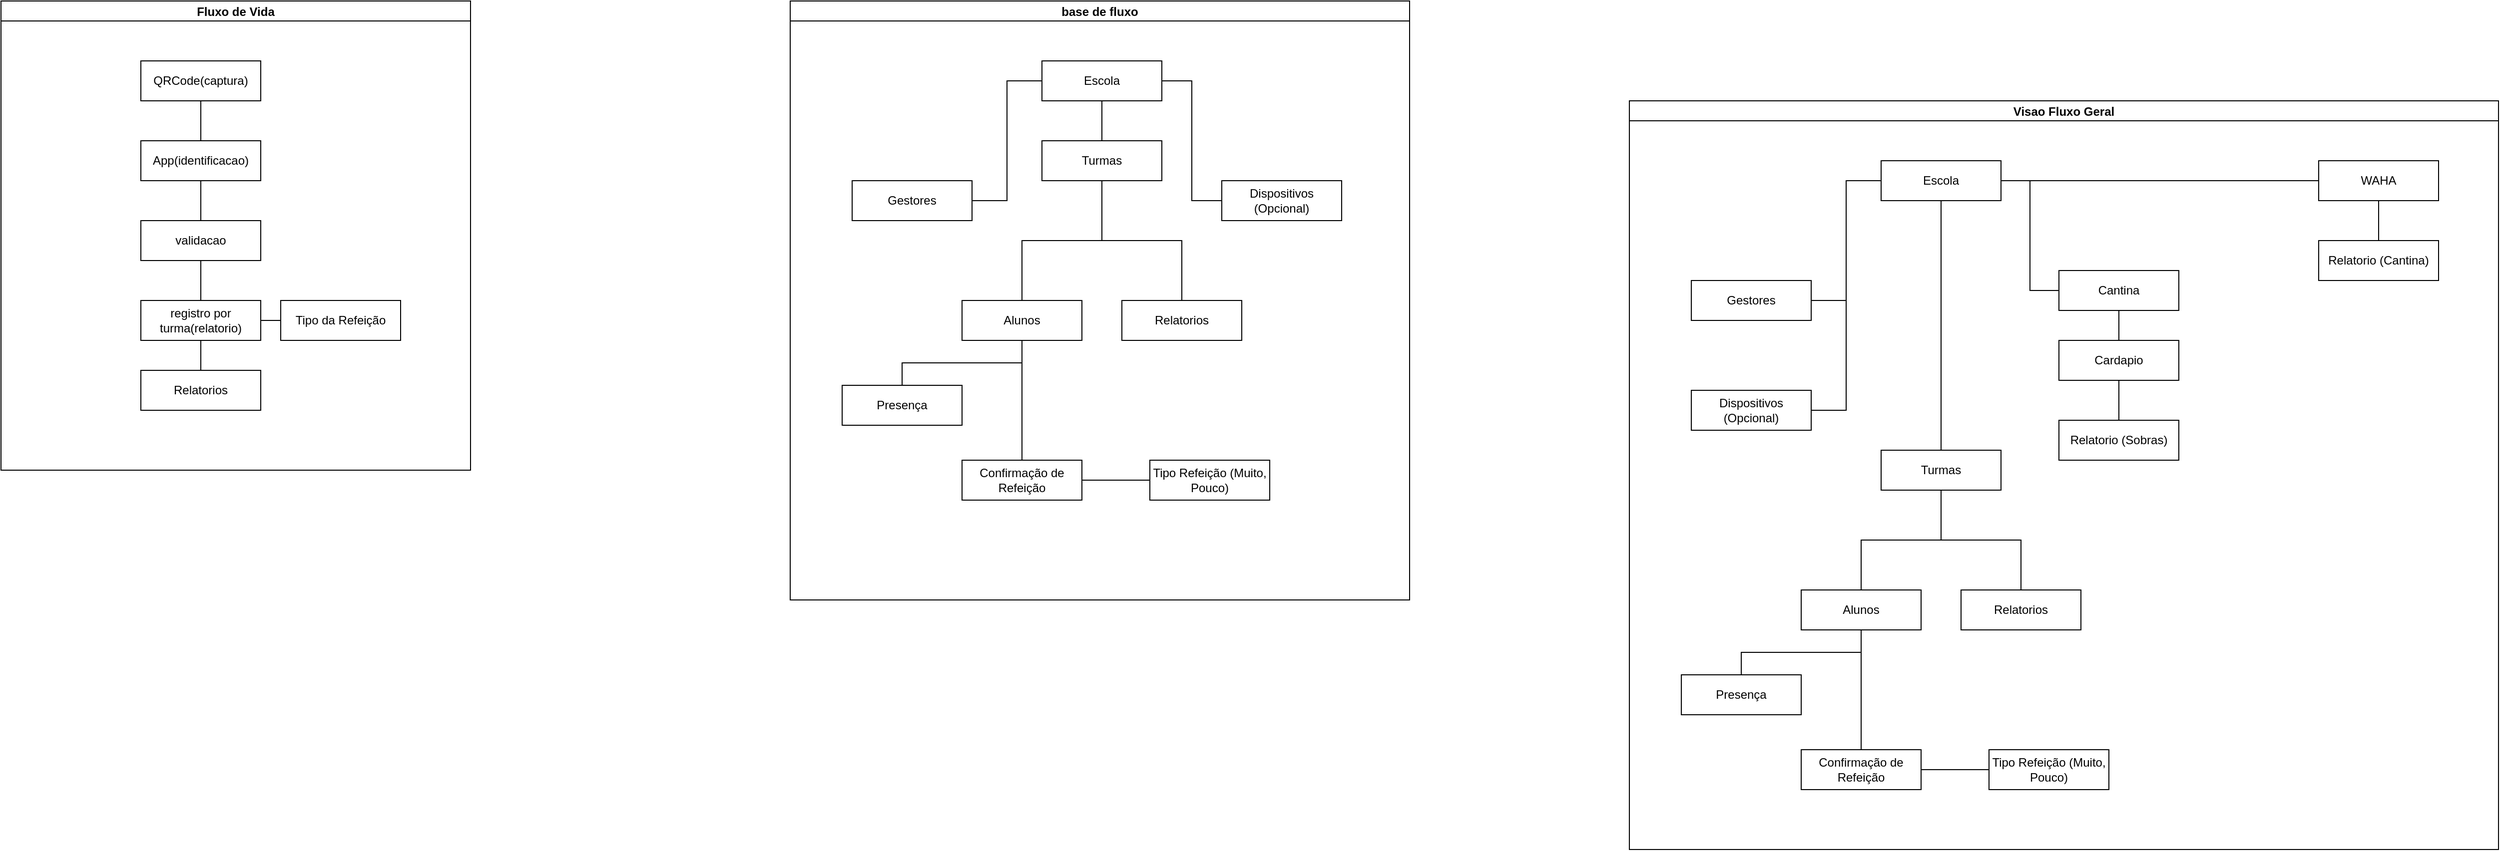
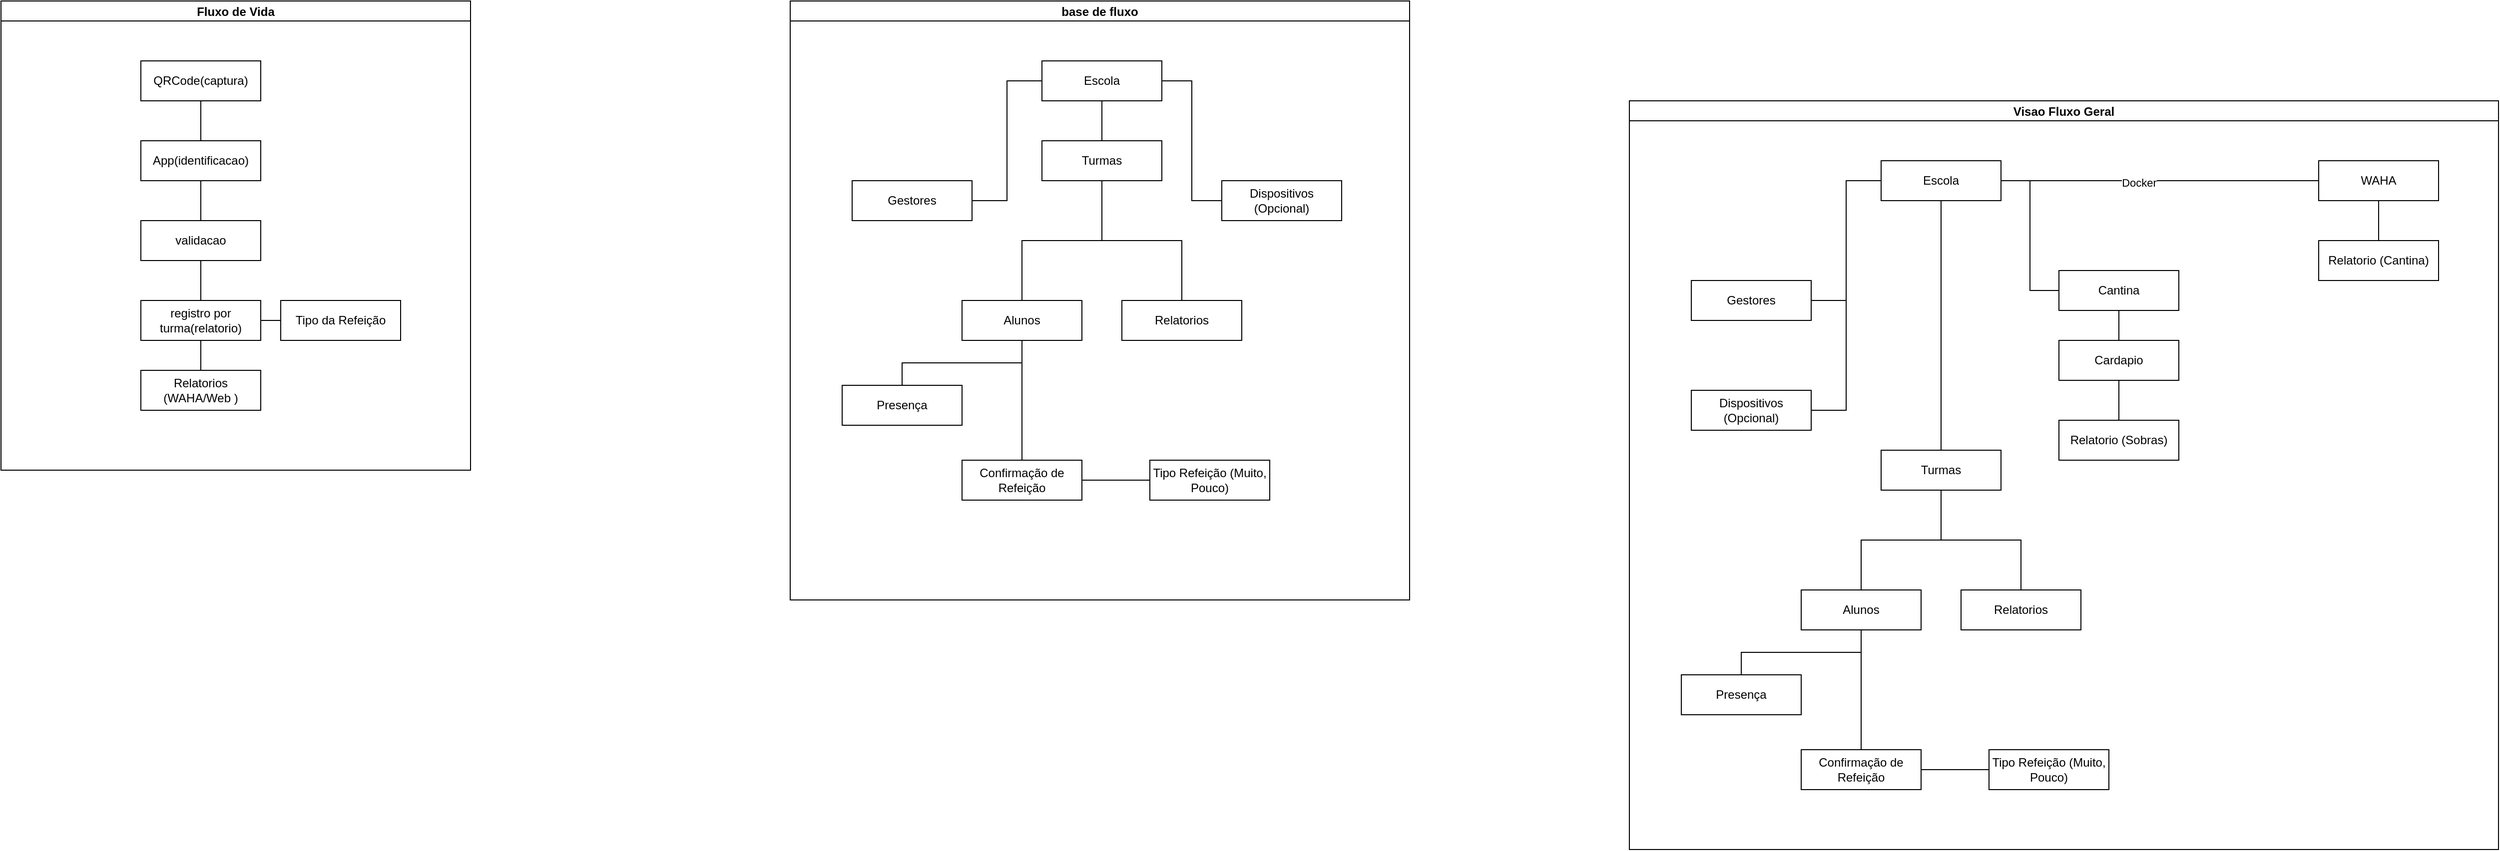
<mxfile host="Electron" agent="Mozilla/5.0 (X11; Linux x86_64) AppleWebKit/537.36 (KHTML, like Gecko) draw.io/29.5.2 Chrome/142.0.7444.265 Electron/39.6.1 Safari/537.36" version="29.5.2">
  <diagram name="Página-1" id="X4GKbDjIE3s2M4yNHuql">
    <mxGraphModel dx="1665" dy="880" grid="1" gridSize="10" guides="1" tooltips="1" connect="1" arrows="1" fold="1" page="1" pageScale="1" pageWidth="4681" pageHeight="3300" math="0" shadow="0">
      <root>
        <mxCell id="0" />
        <mxCell id="1" parent="0" />
        <mxCell id="Uayajjxd6L8t2Ifeyt_z-15" parent="1" style="swimlane;startSize=20;horizontal=1;containerType=tree;" value="Fluxo de Vida" vertex="1">
          <mxGeometry height="470" width="470" x="740" y="400" as="geometry" />
        </mxCell>
        <mxCell id="Uayajjxd6L8t2Ifeyt_z-16" edge="1" parent="Uayajjxd6L8t2Ifeyt_z-15" source="Uayajjxd6L8t2Ifeyt_z-17" style="edgeStyle=elbowEdgeStyle;elbow=vertical;sourcePerimeterSpacing=0;targetPerimeterSpacing=0;startArrow=none;endArrow=none;rounded=0;curved=0;" target="Uayajjxd6L8t2Ifeyt_z-18" value="">
          <mxGeometry relative="1" as="geometry" />
        </mxCell>
        <mxCell id="Uayajjxd6L8t2Ifeyt_z-17" parent="Uayajjxd6L8t2Ifeyt_z-15" style="whiteSpace=wrap;html=1;treeFolding=1;treeMoving=1;newEdgeStyle={&quot;edgeStyle&quot;:&quot;elbowEdgeStyle&quot;,&quot;startArrow&quot;:&quot;none&quot;,&quot;endArrow&quot;:&quot;none&quot;};" value="QRCode(captura)" vertex="1">
          <mxGeometry height="40" width="120" x="140" y="60" as="geometry" />
        </mxCell>
        <mxCell id="Uayajjxd6L8t2Ifeyt_z-18" parent="Uayajjxd6L8t2Ifeyt_z-15" style="whiteSpace=wrap;html=1;treeFolding=1;treeMoving=1;newEdgeStyle={&quot;edgeStyle&quot;:&quot;elbowEdgeStyle&quot;,&quot;startArrow&quot;:&quot;none&quot;,&quot;endArrow&quot;:&quot;none&quot;};" value="App(identificacao)" vertex="1">
          <mxGeometry height="40" width="120" x="140" y="140" as="geometry" />
        </mxCell>
        <mxCell id="Uayajjxd6L8t2Ifeyt_z-19" edge="1" parent="Uayajjxd6L8t2Ifeyt_z-15" source="Uayajjxd6L8t2Ifeyt_z-18" style="edgeStyle=elbowEdgeStyle;elbow=vertical;sourcePerimeterSpacing=0;targetPerimeterSpacing=0;startArrow=none;endArrow=none;rounded=0;curved=0;" target="Uayajjxd6L8t2Ifeyt_z-20" value="">
          <mxGeometry relative="1" as="geometry">
            <mxPoint x="1200" y="470" as="sourcePoint" />
          </mxGeometry>
        </mxCell>
        <mxCell id="Uayajjxd6L8t2Ifeyt_z-20" parent="Uayajjxd6L8t2Ifeyt_z-15" style="whiteSpace=wrap;html=1;treeFolding=1;treeMoving=1;newEdgeStyle={&quot;edgeStyle&quot;:&quot;elbowEdgeStyle&quot;,&quot;startArrow&quot;:&quot;none&quot;,&quot;endArrow&quot;:&quot;none&quot;};" value="validacao" vertex="1">
          <mxGeometry height="40" width="120" x="140" y="220" as="geometry" />
        </mxCell>
        <mxCell id="Uayajjxd6L8t2Ifeyt_z-21" edge="1" parent="Uayajjxd6L8t2Ifeyt_z-15" source="Uayajjxd6L8t2Ifeyt_z-20" style="edgeStyle=elbowEdgeStyle;elbow=vertical;sourcePerimeterSpacing=0;targetPerimeterSpacing=0;startArrow=none;endArrow=none;rounded=0;curved=0;" target="Uayajjxd6L8t2Ifeyt_z-22" value="">
          <mxGeometry relative="1" as="geometry">
            <mxPoint x="1200" y="550" as="sourcePoint" />
          </mxGeometry>
        </mxCell>
        <mxCell id="Uayajjxd6L8t2Ifeyt_z-22" parent="Uayajjxd6L8t2Ifeyt_z-15" style="whiteSpace=wrap;html=1;treeFolding=1;treeMoving=1;newEdgeStyle={&quot;edgeStyle&quot;:&quot;elbowEdgeStyle&quot;,&quot;startArrow&quot;:&quot;none&quot;,&quot;endArrow&quot;:&quot;none&quot;};" value="registro por turma(relatorio)" vertex="1">
          <mxGeometry height="40" width="120" x="140" y="300" as="geometry" />
        </mxCell>
        <mxCell id="Uayajjxd6L8t2Ifeyt_z-97" edge="1" parent="Uayajjxd6L8t2Ifeyt_z-15" source="Uayajjxd6L8t2Ifeyt_z-22" style="edgeStyle=elbowEdgeStyle;elbow=vertical;sourcePerimeterSpacing=0;targetPerimeterSpacing=0;startArrow=none;endArrow=none;rounded=0;curved=0;" target="Uayajjxd6L8t2Ifeyt_z-98" value="">
          <mxGeometry relative="1" as="geometry">
            <mxPoint x="550" y="530" as="sourcePoint" />
          </mxGeometry>
        </mxCell>
        <mxCell id="Uayajjxd6L8t2Ifeyt_z-98" parent="Uayajjxd6L8t2Ifeyt_z-15" style="whiteSpace=wrap;html=1;treeFolding=1;treeMoving=1;newEdgeStyle={&quot;edgeStyle&quot;:&quot;elbowEdgeStyle&quot;,&quot;startArrow&quot;:&quot;none&quot;,&quot;endArrow&quot;:&quot;none&quot;};" value="Tipo da Refeição" vertex="1">
          <mxGeometry height="40" width="120" x="280" y="300" as="geometry" />
        </mxCell>
        <mxCell id="Uayajjxd6L8t2Ifeyt_z-99" edge="1" parent="Uayajjxd6L8t2Ifeyt_z-15" source="Uayajjxd6L8t2Ifeyt_z-22" style="edgeStyle=elbowEdgeStyle;elbow=vertical;sourcePerimeterSpacing=0;targetPerimeterSpacing=0;startArrow=none;endArrow=none;rounded=0;curved=0;" target="Uayajjxd6L8t2Ifeyt_z-100" value="">
          <mxGeometry relative="1" as="geometry">
            <mxPoint x="550" y="530" as="sourcePoint" />
          </mxGeometry>
        </mxCell>
-         <mxCell id="Uayajjxd6L8t2Ifeyt_z-100" parent="Uayajjxd6L8t2Ifeyt_z-15" style="whiteSpace=wrap;html=1;treeFolding=1;treeMoving=1;newEdgeStyle={&quot;edgeStyle&quot;:&quot;elbowEdgeStyle&quot;,&quot;startArrow&quot;:&quot;none&quot;,&quot;endArrow&quot;:&quot;none&quot;};" value="Relatorios" vertex="1">
+         <mxCell id="Uayajjxd6L8t2Ifeyt_z-100" parent="Uayajjxd6L8t2Ifeyt_z-15" style="whiteSpace=wrap;html=1;treeFolding=1;treeMoving=1;newEdgeStyle={&quot;edgeStyle&quot;:&quot;elbowEdgeStyle&quot;,&quot;startArrow&quot;:&quot;none&quot;,&quot;endArrow&quot;:&quot;none&quot;};" value="Relatorios&lt;br&gt;(WAHA/Web )" vertex="1">
          <mxGeometry height="40" width="120" x="140" y="370" as="geometry" />
        </mxCell>
        <mxCell id="Uayajjxd6L8t2Ifeyt_z-39" parent="1" style="swimlane;startSize=20;horizontal=1;containerType=tree;" value="base de fluxo" vertex="1">
          <mxGeometry height="600" width="620" x="1530" y="400" as="geometry" />
        </mxCell>
        <mxCell id="Uayajjxd6L8t2Ifeyt_z-40" edge="1" parent="Uayajjxd6L8t2Ifeyt_z-39" source="Uayajjxd6L8t2Ifeyt_z-41" style="edgeStyle=elbowEdgeStyle;elbow=vertical;sourcePerimeterSpacing=0;targetPerimeterSpacing=0;startArrow=none;endArrow=none;rounded=0;curved=0;" target="Uayajjxd6L8t2Ifeyt_z-42" value="">
          <mxGeometry relative="1" as="geometry" />
        </mxCell>
        <mxCell id="Uayajjxd6L8t2Ifeyt_z-41" parent="Uayajjxd6L8t2Ifeyt_z-39" style="whiteSpace=wrap;html=1;treeFolding=1;treeMoving=1;newEdgeStyle={&quot;edgeStyle&quot;:&quot;elbowEdgeStyle&quot;,&quot;startArrow&quot;:&quot;none&quot;,&quot;endArrow&quot;:&quot;none&quot;};" value="Escola" vertex="1">
          <mxGeometry height="40" width="120" x="252" y="60" as="geometry" />
        </mxCell>
        <mxCell id="Uayajjxd6L8t2Ifeyt_z-42" parent="Uayajjxd6L8t2Ifeyt_z-39" style="whiteSpace=wrap;html=1;treeFolding=1;treeMoving=1;newEdgeStyle={&quot;edgeStyle&quot;:&quot;elbowEdgeStyle&quot;,&quot;startArrow&quot;:&quot;none&quot;,&quot;endArrow&quot;:&quot;none&quot;};" value="Turmas" vertex="1">
          <mxGeometry height="40" width="120" x="252" y="140" as="geometry" />
        </mxCell>
        <mxCell id="Uayajjxd6L8t2Ifeyt_z-43" edge="1" parent="Uayajjxd6L8t2Ifeyt_z-39" source="Uayajjxd6L8t2Ifeyt_z-42" style="edgeStyle=elbowEdgeStyle;elbow=vertical;sourcePerimeterSpacing=0;targetPerimeterSpacing=0;startArrow=none;endArrow=none;rounded=0;curved=0;" target="Uayajjxd6L8t2Ifeyt_z-44" value="">
          <mxGeometry relative="1" as="geometry">
            <mxPoint x="1772" y="440" as="sourcePoint" />
          </mxGeometry>
        </mxCell>
        <mxCell id="Uayajjxd6L8t2Ifeyt_z-44" parent="Uayajjxd6L8t2Ifeyt_z-39" style="whiteSpace=wrap;html=1;treeFolding=1;treeMoving=1;newEdgeStyle={&quot;edgeStyle&quot;:&quot;elbowEdgeStyle&quot;,&quot;startArrow&quot;:&quot;none&quot;,&quot;endArrow&quot;:&quot;none&quot;};" value="Alunos" vertex="1">
          <mxGeometry height="40" width="120" x="172" y="300" as="geometry" />
        </mxCell>
        <mxCell id="Uayajjxd6L8t2Ifeyt_z-45" edge="1" parent="Uayajjxd6L8t2Ifeyt_z-39" source="Uayajjxd6L8t2Ifeyt_z-41" style="edgeStyle=elbowEdgeStyle;rounded=0;orthogonalLoop=1;jettySize=auto;html=1;elbow=horizontal;startArrow=none;endArrow=none;" target="Uayajjxd6L8t2Ifeyt_z-46" value="">
          <mxGeometry relative="1" as="geometry" />
        </mxCell>
        <mxCell id="Uayajjxd6L8t2Ifeyt_z-46" parent="Uayajjxd6L8t2Ifeyt_z-39" style="whiteSpace=wrap;html=1;treeFolding=1;treeMoving=1;newEdgeStyle={&quot;edgeStyle&quot;:&quot;elbowEdgeStyle&quot;,&quot;startArrow&quot;:&quot;none&quot;,&quot;endArrow&quot;:&quot;none&quot;};" value="Gestores" vertex="1">
          <mxGeometry height="40" width="120" x="62" y="180" as="geometry" />
        </mxCell>
        <mxCell id="Uayajjxd6L8t2Ifeyt_z-49" edge="1" parent="Uayajjxd6L8t2Ifeyt_z-39" source="Uayajjxd6L8t2Ifeyt_z-42" style="edgeStyle=elbowEdgeStyle;elbow=vertical;sourcePerimeterSpacing=0;targetPerimeterSpacing=0;startArrow=none;endArrow=none;rounded=0;curved=0;" target="Uayajjxd6L8t2Ifeyt_z-50" value="">
          <mxGeometry relative="1" as="geometry">
            <mxPoint x="1782" y="390" as="sourcePoint" />
          </mxGeometry>
        </mxCell>
        <mxCell id="Uayajjxd6L8t2Ifeyt_z-50" parent="Uayajjxd6L8t2Ifeyt_z-39" style="whiteSpace=wrap;html=1;treeFolding=1;treeMoving=1;newEdgeStyle={&quot;edgeStyle&quot;:&quot;elbowEdgeStyle&quot;,&quot;startArrow&quot;:&quot;none&quot;,&quot;endArrow&quot;:&quot;none&quot;};" value="Relatorios" vertex="1">
          <mxGeometry height="40" width="120" x="332" y="300" as="geometry" />
        </mxCell>
        <mxCell id="Uayajjxd6L8t2Ifeyt_z-51" edge="1" parent="Uayajjxd6L8t2Ifeyt_z-39" source="Uayajjxd6L8t2Ifeyt_z-41" style="edgeStyle=elbowEdgeStyle;rounded=0;orthogonalLoop=1;jettySize=auto;html=1;elbow=horizontal;startArrow=none;endArrow=none;" target="Uayajjxd6L8t2Ifeyt_z-52" value="">
          <mxGeometry relative="1" as="geometry" />
        </mxCell>
        <mxCell id="Uayajjxd6L8t2Ifeyt_z-52" parent="Uayajjxd6L8t2Ifeyt_z-39" style="whiteSpace=wrap;html=1;treeFolding=1;treeMoving=1;newEdgeStyle={&quot;edgeStyle&quot;:&quot;elbowEdgeStyle&quot;,&quot;startArrow&quot;:&quot;none&quot;,&quot;endArrow&quot;:&quot;none&quot;};" value="Dispositivos (Opcional)" vertex="1">
          <mxGeometry height="40" width="120" x="432" y="180" as="geometry" />
        </mxCell>
        <mxCell id="Uayajjxd6L8t2Ifeyt_z-55" edge="1" parent="Uayajjxd6L8t2Ifeyt_z-39" source="Uayajjxd6L8t2Ifeyt_z-44" style="edgeStyle=elbowEdgeStyle;elbow=vertical;sourcePerimeterSpacing=0;targetPerimeterSpacing=0;startArrow=none;endArrow=none;rounded=0;curved=0;" target="Uayajjxd6L8t2Ifeyt_z-56" value="">
          <mxGeometry relative="1" as="geometry">
            <mxPoint x="1812" y="470" as="sourcePoint" />
          </mxGeometry>
        </mxCell>
        <mxCell id="Uayajjxd6L8t2Ifeyt_z-56" parent="Uayajjxd6L8t2Ifeyt_z-39" style="whiteSpace=wrap;html=1;treeFolding=1;treeMoving=1;newEdgeStyle={&quot;edgeStyle&quot;:&quot;elbowEdgeStyle&quot;,&quot;startArrow&quot;:&quot;none&quot;,&quot;endArrow&quot;:&quot;none&quot;};" value="Presença" vertex="1">
          <mxGeometry height="40" width="120" x="52" y="385" as="geometry" />
        </mxCell>
        <mxCell id="Uayajjxd6L8t2Ifeyt_z-57" edge="1" parent="Uayajjxd6L8t2Ifeyt_z-39" source="Uayajjxd6L8t2Ifeyt_z-44" style="edgeStyle=elbowEdgeStyle;elbow=vertical;sourcePerimeterSpacing=0;targetPerimeterSpacing=0;startArrow=none;endArrow=none;rounded=0;curved=0;" target="Uayajjxd6L8t2Ifeyt_z-58" value="">
          <mxGeometry relative="1" as="geometry">
            <mxPoint x="1812" y="470" as="sourcePoint" />
          </mxGeometry>
        </mxCell>
        <mxCell id="Uayajjxd6L8t2Ifeyt_z-58" parent="Uayajjxd6L8t2Ifeyt_z-39" style="whiteSpace=wrap;html=1;treeFolding=1;treeMoving=1;newEdgeStyle={&quot;edgeStyle&quot;:&quot;elbowEdgeStyle&quot;,&quot;startArrow&quot;:&quot;none&quot;,&quot;endArrow&quot;:&quot;none&quot;};" value="Confirmação de Refeição" vertex="1">
          <mxGeometry height="40" width="120" x="172" y="460" as="geometry" />
        </mxCell>
        <mxCell id="Uayajjxd6L8t2Ifeyt_z-61" edge="1" parent="Uayajjxd6L8t2Ifeyt_z-39" source="Uayajjxd6L8t2Ifeyt_z-58" style="edgeStyle=elbowEdgeStyle;elbow=vertical;sourcePerimeterSpacing=0;targetPerimeterSpacing=0;startArrow=none;endArrow=none;rounded=0;curved=0;" target="Uayajjxd6L8t2Ifeyt_z-62" value="">
          <mxGeometry relative="1" as="geometry">
            <mxPoint x="1762" y="740" as="sourcePoint" />
          </mxGeometry>
        </mxCell>
        <mxCell id="Uayajjxd6L8t2Ifeyt_z-62" parent="Uayajjxd6L8t2Ifeyt_z-39" style="whiteSpace=wrap;html=1;treeFolding=1;treeMoving=1;newEdgeStyle={&quot;edgeStyle&quot;:&quot;elbowEdgeStyle&quot;,&quot;startArrow&quot;:&quot;none&quot;,&quot;endArrow&quot;:&quot;none&quot;};" value="Tipo Refeição (Muito, Pouco)" vertex="1">
          <mxGeometry height="40" width="120" x="360" y="460" as="geometry" />
        </mxCell>
        <mxCell id="Uayajjxd6L8t2Ifeyt_z-63" parent="1" style="swimlane;startSize=20;horizontal=1;containerType=tree;" value="Visao Fluxo Geral" vertex="1">
          <mxGeometry height="750" width="870" x="2370" y="500" as="geometry" />
        </mxCell>
        <mxCell id="Uayajjxd6L8t2Ifeyt_z-64" edge="1" parent="Uayajjxd6L8t2Ifeyt_z-63" source="Uayajjxd6L8t2Ifeyt_z-65" style="edgeStyle=elbowEdgeStyle;elbow=vertical;sourcePerimeterSpacing=0;targetPerimeterSpacing=0;startArrow=none;endArrow=none;rounded=0;curved=0;" target="Uayajjxd6L8t2Ifeyt_z-66" value="">
          <mxGeometry relative="1" as="geometry" />
        </mxCell>
        <mxCell id="Uayajjxd6L8t2Ifeyt_z-65" parent="Uayajjxd6L8t2Ifeyt_z-63" style="whiteSpace=wrap;html=1;treeFolding=1;treeMoving=1;newEdgeStyle={&quot;edgeStyle&quot;:&quot;elbowEdgeStyle&quot;,&quot;startArrow&quot;:&quot;none&quot;,&quot;endArrow&quot;:&quot;none&quot;};" value="Escola" vertex="1">
          <mxGeometry height="40" width="120" x="252" y="60" as="geometry" />
        </mxCell>
        <mxCell id="Uayajjxd6L8t2Ifeyt_z-66" parent="Uayajjxd6L8t2Ifeyt_z-63" style="whiteSpace=wrap;html=1;treeFolding=1;treeMoving=1;newEdgeStyle={&quot;edgeStyle&quot;:&quot;elbowEdgeStyle&quot;,&quot;startArrow&quot;:&quot;none&quot;,&quot;endArrow&quot;:&quot;none&quot;};" value="Turmas" vertex="1">
          <mxGeometry height="40" width="120" x="252" y="350" as="geometry" />
        </mxCell>
        <mxCell id="Uayajjxd6L8t2Ifeyt_z-67" edge="1" parent="Uayajjxd6L8t2Ifeyt_z-63" source="Uayajjxd6L8t2Ifeyt_z-66" style="edgeStyle=elbowEdgeStyle;elbow=vertical;sourcePerimeterSpacing=0;targetPerimeterSpacing=0;startArrow=none;endArrow=none;rounded=0;curved=0;" target="Uayajjxd6L8t2Ifeyt_z-68" value="">
          <mxGeometry relative="1" as="geometry">
            <mxPoint x="1772" y="370" as="sourcePoint" />
          </mxGeometry>
        </mxCell>
        <mxCell id="Uayajjxd6L8t2Ifeyt_z-68" parent="Uayajjxd6L8t2Ifeyt_z-63" style="whiteSpace=wrap;html=1;treeFolding=1;treeMoving=1;newEdgeStyle={&quot;edgeStyle&quot;:&quot;elbowEdgeStyle&quot;,&quot;startArrow&quot;:&quot;none&quot;,&quot;endArrow&quot;:&quot;none&quot;};" value="Alunos" vertex="1">
          <mxGeometry height="40" width="120" x="172" y="490" as="geometry" />
        </mxCell>
        <mxCell id="Uayajjxd6L8t2Ifeyt_z-69" edge="1" parent="Uayajjxd6L8t2Ifeyt_z-63" source="Uayajjxd6L8t2Ifeyt_z-65" style="edgeStyle=elbowEdgeStyle;rounded=0;orthogonalLoop=1;jettySize=auto;html=1;elbow=horizontal;startArrow=none;endArrow=none;" target="Uayajjxd6L8t2Ifeyt_z-70" value="">
          <mxGeometry relative="1" as="geometry" />
        </mxCell>
        <mxCell id="Uayajjxd6L8t2Ifeyt_z-70" parent="Uayajjxd6L8t2Ifeyt_z-63" style="whiteSpace=wrap;html=1;treeFolding=1;treeMoving=1;newEdgeStyle={&quot;edgeStyle&quot;:&quot;elbowEdgeStyle&quot;,&quot;startArrow&quot;:&quot;none&quot;,&quot;endArrow&quot;:&quot;none&quot;};" value="Gestores" vertex="1">
          <mxGeometry height="40" width="120" x="62" y="180" as="geometry" />
        </mxCell>
        <mxCell id="Uayajjxd6L8t2Ifeyt_z-71" edge="1" parent="Uayajjxd6L8t2Ifeyt_z-63" source="Uayajjxd6L8t2Ifeyt_z-66" style="edgeStyle=elbowEdgeStyle;elbow=vertical;sourcePerimeterSpacing=0;targetPerimeterSpacing=0;startArrow=none;endArrow=none;rounded=0;curved=0;" target="Uayajjxd6L8t2Ifeyt_z-72" value="">
          <mxGeometry relative="1" as="geometry">
            <mxPoint x="1782" y="320" as="sourcePoint" />
          </mxGeometry>
        </mxCell>
        <mxCell id="Uayajjxd6L8t2Ifeyt_z-72" parent="Uayajjxd6L8t2Ifeyt_z-63" style="whiteSpace=wrap;html=1;treeFolding=1;treeMoving=1;newEdgeStyle={&quot;edgeStyle&quot;:&quot;elbowEdgeStyle&quot;,&quot;startArrow&quot;:&quot;none&quot;,&quot;endArrow&quot;:&quot;none&quot;};" value="Relatorios" vertex="1">
          <mxGeometry height="40" width="120" x="332" y="490" as="geometry" />
        </mxCell>
        <mxCell id="Uayajjxd6L8t2Ifeyt_z-73" edge="1" parent="Uayajjxd6L8t2Ifeyt_z-63" source="Uayajjxd6L8t2Ifeyt_z-65" style="edgeStyle=elbowEdgeStyle;rounded=0;orthogonalLoop=1;jettySize=auto;html=1;elbow=horizontal;startArrow=none;endArrow=none;" target="Uayajjxd6L8t2Ifeyt_z-74" value="">
          <mxGeometry relative="1" as="geometry" />
        </mxCell>
        <mxCell id="Uayajjxd6L8t2Ifeyt_z-74" parent="Uayajjxd6L8t2Ifeyt_z-63" style="whiteSpace=wrap;html=1;treeFolding=1;treeMoving=1;newEdgeStyle={&quot;edgeStyle&quot;:&quot;elbowEdgeStyle&quot;,&quot;startArrow&quot;:&quot;none&quot;,&quot;endArrow&quot;:&quot;none&quot;};" value="Dispositivos (Opcional)" vertex="1">
          <mxGeometry height="40" width="120" x="62" y="290" as="geometry" />
        </mxCell>
        <mxCell id="Uayajjxd6L8t2Ifeyt_z-75" edge="1" parent="Uayajjxd6L8t2Ifeyt_z-63" source="Uayajjxd6L8t2Ifeyt_z-68" style="edgeStyle=elbowEdgeStyle;elbow=vertical;sourcePerimeterSpacing=0;targetPerimeterSpacing=0;startArrow=none;endArrow=none;rounded=0;curved=0;" target="Uayajjxd6L8t2Ifeyt_z-76" value="">
          <mxGeometry relative="1" as="geometry">
            <mxPoint x="1812" y="660" as="sourcePoint" />
          </mxGeometry>
        </mxCell>
        <mxCell id="Uayajjxd6L8t2Ifeyt_z-76" parent="Uayajjxd6L8t2Ifeyt_z-63" style="whiteSpace=wrap;html=1;treeFolding=1;treeMoving=1;newEdgeStyle={&quot;edgeStyle&quot;:&quot;elbowEdgeStyle&quot;,&quot;startArrow&quot;:&quot;none&quot;,&quot;endArrow&quot;:&quot;none&quot;};" value="Presença" vertex="1">
          <mxGeometry height="40" width="120" x="52" y="575" as="geometry" />
        </mxCell>
        <mxCell id="Uayajjxd6L8t2Ifeyt_z-77" edge="1" parent="Uayajjxd6L8t2Ifeyt_z-63" source="Uayajjxd6L8t2Ifeyt_z-68" style="edgeStyle=elbowEdgeStyle;elbow=vertical;sourcePerimeterSpacing=0;targetPerimeterSpacing=0;startArrow=none;endArrow=none;rounded=0;curved=0;" target="Uayajjxd6L8t2Ifeyt_z-78" value="">
          <mxGeometry relative="1" as="geometry">
            <mxPoint x="1812" y="660" as="sourcePoint" />
          </mxGeometry>
        </mxCell>
        <mxCell id="Uayajjxd6L8t2Ifeyt_z-78" parent="Uayajjxd6L8t2Ifeyt_z-63" style="whiteSpace=wrap;html=1;treeFolding=1;treeMoving=1;newEdgeStyle={&quot;edgeStyle&quot;:&quot;elbowEdgeStyle&quot;,&quot;startArrow&quot;:&quot;none&quot;,&quot;endArrow&quot;:&quot;none&quot;};" value="Confirmação de Refeição" vertex="1">
          <mxGeometry height="40" width="120" x="172" y="650" as="geometry" />
        </mxCell>
        <mxCell id="Uayajjxd6L8t2Ifeyt_z-79" edge="1" parent="Uayajjxd6L8t2Ifeyt_z-63" source="Uayajjxd6L8t2Ifeyt_z-78" style="edgeStyle=elbowEdgeStyle;elbow=vertical;sourcePerimeterSpacing=0;targetPerimeterSpacing=0;startArrow=none;endArrow=none;rounded=0;curved=0;" target="Uayajjxd6L8t2Ifeyt_z-80" value="">
          <mxGeometry relative="1" as="geometry">
            <mxPoint x="1762" y="930" as="sourcePoint" />
          </mxGeometry>
        </mxCell>
        <mxCell id="Uayajjxd6L8t2Ifeyt_z-80" parent="Uayajjxd6L8t2Ifeyt_z-63" style="whiteSpace=wrap;html=1;treeFolding=1;treeMoving=1;newEdgeStyle={&quot;edgeStyle&quot;:&quot;elbowEdgeStyle&quot;,&quot;startArrow&quot;:&quot;none&quot;,&quot;endArrow&quot;:&quot;none&quot;};" value="Tipo Refeição (Muito, Pouco)" vertex="1">
          <mxGeometry height="40" width="120" x="360" y="650" as="geometry" />
        </mxCell>
        <mxCell id="Uayajjxd6L8t2Ifeyt_z-81" edge="1" parent="Uayajjxd6L8t2Ifeyt_z-63" source="Uayajjxd6L8t2Ifeyt_z-65" style="edgeStyle=elbowEdgeStyle;rounded=0;orthogonalLoop=1;jettySize=auto;html=1;elbow=horizontal;startArrow=none;endArrow=none;" target="Uayajjxd6L8t2Ifeyt_z-82" value="">
          <mxGeometry relative="1" as="geometry" />
        </mxCell>
        <mxCell id="Uayajjxd6L8t2Ifeyt_z-82" parent="Uayajjxd6L8t2Ifeyt_z-63" style="whiteSpace=wrap;html=1;treeFolding=1;treeMoving=1;newEdgeStyle={&quot;edgeStyle&quot;:&quot;elbowEdgeStyle&quot;,&quot;startArrow&quot;:&quot;none&quot;,&quot;endArrow&quot;:&quot;none&quot;};" value="Cantina" vertex="1">
          <mxGeometry height="40" width="120" x="430" y="170" as="geometry" />
        </mxCell>
        <mxCell id="Uayajjxd6L8t2Ifeyt_z-85" edge="1" parent="Uayajjxd6L8t2Ifeyt_z-63" source="Uayajjxd6L8t2Ifeyt_z-82" style="edgeStyle=elbowEdgeStyle;rounded=0;orthogonalLoop=1;jettySize=auto;html=1;elbow=horizontal;startArrow=none;endArrow=none;" target="Uayajjxd6L8t2Ifeyt_z-86" value="">
          <mxGeometry relative="1" as="geometry">
            <mxPoint x="2712" y="490" as="sourcePoint" />
          </mxGeometry>
        </mxCell>
        <mxCell id="Uayajjxd6L8t2Ifeyt_z-86" parent="Uayajjxd6L8t2Ifeyt_z-63" style="whiteSpace=wrap;html=1;treeFolding=1;treeMoving=1;newEdgeStyle={&quot;edgeStyle&quot;:&quot;elbowEdgeStyle&quot;,&quot;startArrow&quot;:&quot;none&quot;,&quot;endArrow&quot;:&quot;none&quot;};" value="Cardapio" vertex="1">
          <mxGeometry height="40" width="120" x="430" y="240" as="geometry" />
        </mxCell>
        <mxCell id="Uayajjxd6L8t2Ifeyt_z-89" edge="1" parent="Uayajjxd6L8t2Ifeyt_z-63" source="Uayajjxd6L8t2Ifeyt_z-86" style="edgeStyle=elbowEdgeStyle;rounded=0;orthogonalLoop=1;jettySize=auto;html=1;elbow=horizontal;startArrow=none;endArrow=none;" target="Uayajjxd6L8t2Ifeyt_z-90" value="">
          <mxGeometry relative="1" as="geometry">
            <mxPoint x="2950" y="540" as="sourcePoint" />
          </mxGeometry>
        </mxCell>
        <mxCell id="Uayajjxd6L8t2Ifeyt_z-90" parent="Uayajjxd6L8t2Ifeyt_z-63" style="whiteSpace=wrap;html=1;treeFolding=1;treeMoving=1;newEdgeStyle={&quot;edgeStyle&quot;:&quot;elbowEdgeStyle&quot;,&quot;startArrow&quot;:&quot;none&quot;,&quot;endArrow&quot;:&quot;none&quot;};" value="Relatorio (Sobras)" vertex="1">
          <mxGeometry height="40" width="120" x="430" y="320" as="geometry" />
        </mxCell>
        <mxCell id="p4bOWDgI_U6f9PFFP3V9-1" edge="1" parent="Uayajjxd6L8t2Ifeyt_z-63" source="Uayajjxd6L8t2Ifeyt_z-65" style="edgeStyle=elbowEdgeStyle;rounded=0;orthogonalLoop=1;jettySize=auto;html=1;elbow=vertical;startArrow=none;endArrow=none;" target="p4bOWDgI_U6f9PFFP3V9-2" value="">
          <mxGeometry relative="1" as="geometry" />
+         </mxCell>
+         <mxCell id="1VCpnXTuFQUR2gpdk5pk-1" connectable="0" parent="p4bOWDgI_U6f9PFFP3V9-1" style="edgeLabel;html=1;align=center;verticalAlign=middle;resizable=0;points=[];" value="Docker" vertex="1">
+           <mxGeometry relative="1" x="-0.1321" y="-2" as="geometry">
+             <mxPoint as="offset" />
+           </mxGeometry>
        </mxCell>
        <mxCell id="p4bOWDgI_U6f9PFFP3V9-2" parent="Uayajjxd6L8t2Ifeyt_z-63" style="whiteSpace=wrap;html=1;treeFolding=1;treeMoving=1;newEdgeStyle={&quot;edgeStyle&quot;:&quot;elbowEdgeStyle&quot;,&quot;startArrow&quot;:&quot;none&quot;,&quot;endArrow&quot;:&quot;none&quot;};" value="WAHA" vertex="1">
          <mxGeometry height="40" width="120" x="690" y="60" as="geometry" />
        </mxCell>
        <mxCell id="p4bOWDgI_U6f9PFFP3V9-11" edge="1" parent="Uayajjxd6L8t2Ifeyt_z-63" source="p4bOWDgI_U6f9PFFP3V9-2" style="edgeStyle=elbowEdgeStyle;rounded=0;orthogonalLoop=1;jettySize=auto;html=1;elbow=horizontal;startArrow=none;endArrow=none;" target="p4bOWDgI_U6f9PFFP3V9-12" value="">
          <mxGeometry relative="1" as="geometry">
            <mxPoint x="2742" y="580" as="sourcePoint" />
          </mxGeometry>
        </mxCell>
        <mxCell id="p4bOWDgI_U6f9PFFP3V9-12" parent="Uayajjxd6L8t2Ifeyt_z-63" style="whiteSpace=wrap;html=1;treeFolding=1;treeMoving=1;newEdgeStyle={&quot;edgeStyle&quot;:&quot;elbowEdgeStyle&quot;,&quot;startArrow&quot;:&quot;none&quot;,&quot;endArrow&quot;:&quot;none&quot;};" value="Relatorio (Cantina)" vertex="1">
          <mxGeometry height="40" width="120" x="690" y="140" as="geometry" />
        </mxCell>
      </root>
    </mxGraphModel>
  </diagram>
</mxfile>
